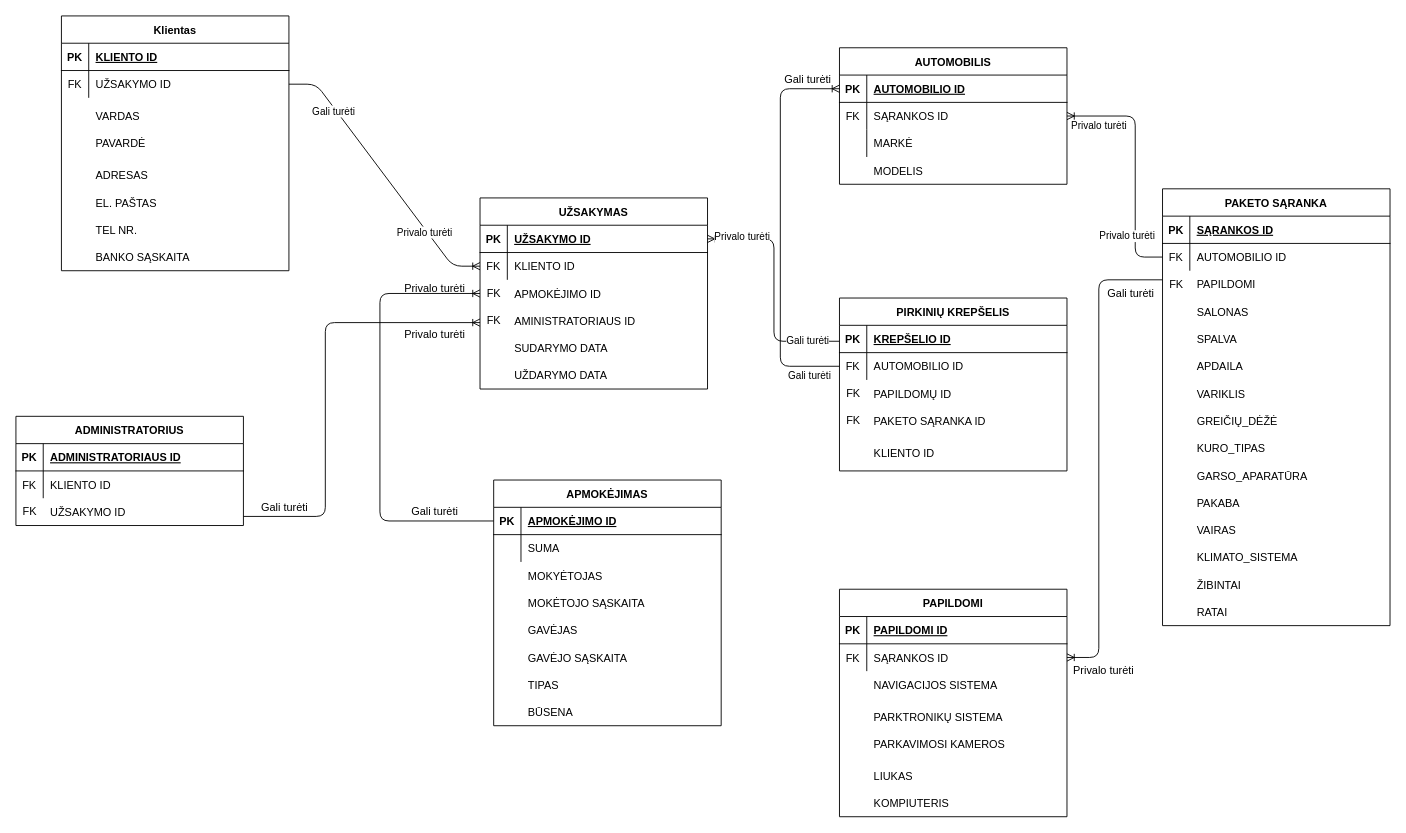
This is DuomenuBazesMaketas.drawio from combatants7/Win, a draw.io file, before an edit. Source tidied: cells renumbered, new cells numbered last; positions are measured from the earlier drawing's top-left corner, leaving out a move shared by most shapes. Both pictures are drawn from the tidied source at 91%, with x=0, y=0 at pixel (15, 15).
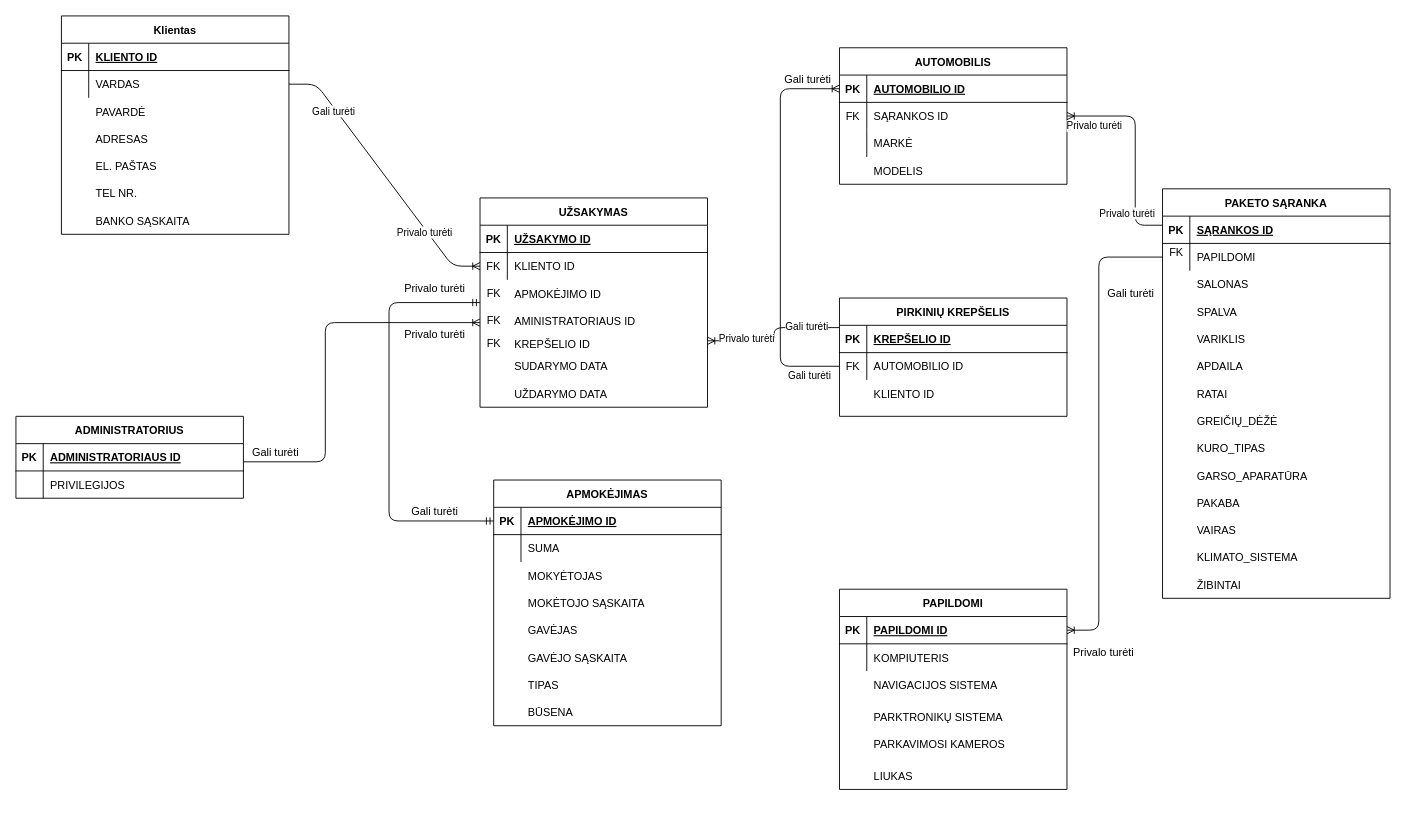
The same diagram, later.

Unchanged cells that the change refers to:
```xml
<mxCell id="49" style="shape=partialRectangle;fillColor=none;points=[[0,0.5],[1,0.5]];portConstraint=eastwest;top=0;left=0;right=0;bottom=0;" parent="45" vertex="1">
  <mxGeometry y="60" width="250" height="30" as="geometry" />
</mxCell>
<mxCell id="53" style="shape=partialRectangle;fillColor=none;points=[[0,0.5],[1,0.5]];portConstraint=eastwest;top=0;left=0;right=0;bottom=1;" parent="52" vertex="1">
  <mxGeometry y="30" width="250" height="30" as="geometry" />
</mxCell>
<mxCell id="67" style="shape=partialRectangle;fillColor=none;points=[[0,0.5],[1,0.5]];portConstraint=eastwest;top=0;left=0;right=0;bottom=1;" parent="66" vertex="1">
  <mxGeometry y="30" width="250" height="30" as="geometry" />
</mxCell>
<mxCell id="84" style="shape=partialRectangle;fillColor=none;top=0;left=0;right=0;bottom=0;" parent="80" vertex="1">
  <mxGeometry y="60" width="250" height="30" as="geometry" />
</mxCell>
<mxCell id="100" style="shape=partialRectangle;fillColor=none;points=[[0,0.5],[1,0.5]];portConstraint=eastwest;top=0;left=0;right=0;bottom=0;" parent="96" vertex="1">
  <mxGeometry y="60" width="250" height="30" as="geometry" />
</mxCell>
<mxCell id="107" style="shape=partialRectangle;fillColor=none;points=[[0,0.5],[1,0.5]];portConstraint=eastwest;top=0;left=0;right=0;bottom=0;" parent="103" vertex="1">
  <mxGeometry y="60" width="250" height="30" as="geometry" />
</mxCell>
<mxCell id="114" style="shape=partialRectangle;fillColor=none;points=[[0,0.5],[1,0.5]];portConstraint=eastwest;top=0;left=0;right=0;bottom=1;" parent="113" vertex="1">
  <mxGeometry y="30" width="250" height="30" as="geometry" />
</mxCell>
<mxCell id="117" style="shape=partialRectangle;fillColor=none;points=[[0,0.5],[1,0.5]];portConstraint=eastwest;top=0;left=0;right=0;bottom=0;" parent="113" vertex="1">
  <mxGeometry y="60" width="250" height="30" as="geometry" />
</mxCell>
```

Change to the diagram source:
```diff
@@
     <mxCell id="2" value="VARDAS" style="shape=partialRectangle;overflow=hidden;fillColor=none;top=0;left=0;bottom=0;right=0;align=left;spacingLeft=6;" parent="1" vertex="1">
-      <mxGeometry x="80" y="95" width="220" height="30" as="geometry" />
+      <mxGeometry x="80" y="60" width="220" height="30" as="geometry" />
     </mxCell>
     <mxCell id="3" value="PAVARDĖ" style="shape=partialRectangle;overflow=hidden;fillColor=none;top=0;left=0;bottom=0;right=0;align=left;spacingLeft=6;" parent="1" vertex="1">
-      <mxGeometry x="80" y="125" width="220" height="30" as="geometry" />
+      <mxGeometry x="80" y="90" width="220" height="30" as="geometry" />
     </mxCell>
     <mxCell id="4" value="ADRESAS" style="shape=partialRectangle;overflow=hidden;fillColor=none;top=0;left=0;bottom=0;right=0;align=left;spacingLeft=6;" parent="1" vertex="1">
-      <mxGeometry x="80" y="160" width="220" height="30" as="geometry" />
+      <mxGeometry x="80" y="120" width="220" height="30" as="geometry" />
     </mxCell>
     <mxCell id="5" value="EL. PAŠTAS" style="shape=partialRectangle;overflow=hidden;fillColor=none;top=0;left=0;bottom=0;right=0;align=left;spacingLeft=6;" parent="1" vertex="1">
-      <mxGeometry x="80" y="190" width="220" height="30" as="geometry" />
+      <mxGeometry x="80" y="150" width="220" height="30" as="geometry" />
     </mxCell>
     <mxCell id="6" value="TEL NR." style="shape=partialRectangle;overflow=hidden;fillColor=none;top=0;left=0;bottom=0;right=0;align=left;spacingLeft=6;" parent="1" vertex="1">
-      <mxGeometry x="80" y="220" width="220" height="30" as="geometry" />
+      <mxGeometry x="80" y="180" width="220" height="30" as="geometry" />
     </mxCell>
     <mxCell id="7" value="BANKO SĄSKAITA" style="shape=partialRectangle;overflow=hidden;fillColor=none;top=0;left=0;bottom=0;right=0;align=left;spacingLeft=6;" parent="1" vertex="1">
-      <mxGeometry x="80" y="250" width="220" height="30" as="geometry" />
+      <mxGeometry x="80" y="210" width="220" height="30" as="geometry" />
     </mxCell>
@@
     <mxCell id="11" value="PAPILDOMI" style="shape=partialRectangle;overflow=hidden;fillColor=none;top=0;left=0;bottom=0;right=0;align=left;spacingLeft=6;" parent="1" vertex="1">
-      <mxGeometry x="1290" y="280" width="220" height="30" as="geometry" />
+      <mxGeometry x="1290" y="250" width="220" height="30" as="geometry" />
     </mxCell>
     <mxCell id="12" value="SALONAS" style="shape=partialRectangle;overflow=hidden;fillColor=none;top=0;left=0;bottom=0;right=0;align=left;spacingLeft=6;" parent="1" vertex="1">
-      <mxGeometry x="1290" y="310" width="220" height="30" as="geometry" />
+      <mxGeometry x="1290" y="280" width="220" height="30" as="geometry" />
     </mxCell>
     <mxCell id="13" value="SPALVA" style="shape=partialRectangle;overflow=hidden;fillColor=none;top=0;left=0;bottom=0;right=0;align=left;spacingLeft=6;" parent="1" vertex="1">
-      <mxGeometry x="1290" y="340" width="220" height="30" as="geometry" />
+      <mxGeometry x="1290" y="310" width="220" height="30" as="geometry" />
     </mxCell>
@@
     <mxCell id="15" value="VARIKLIS" style="shape=partialRectangle;overflow=hidden;fillColor=none;top=0;left=0;bottom=0;right=0;align=left;spacingLeft=6;" parent="1" vertex="1">
-      <mxGeometry x="1290" y="400" width="220" height="30" as="geometry" />
+      <mxGeometry x="1290" y="340" width="220" height="30" as="geometry" />
     </mxCell>
@@
     <mxCell id="27" value="KOMPIUTERIS" style="shape=partialRectangle;overflow=hidden;fillColor=none;top=0;left=0;bottom=0;right=0;align=left;spacingLeft=6;" parent="1" vertex="1">
-      <mxGeometry x="935" y="850" width="220" height="30" as="geometry" />
+      <mxGeometry x="935" y="690" width="220" height="30" as="geometry" />
     </mxCell>
@@
     <mxCell id="31" value="UŽDARYMO DATA" style="shape=partialRectangle;overflow=hidden;fillColor=none;top=0;left=0;bottom=0;right=0;align=left;spacingLeft=6;" parent="1" vertex="1">
-      <mxGeometry x="540" y="380" width="220" height="30" as="geometry" />
+      <mxGeometry x="540" y="400" width="220" height="30" as="geometry" />
     </mxCell>
-    <mxCell id="32" value="UŽSAKYMO ID" style="shape=partialRectangle;overflow=hidden;fillColor=none;top=0;left=0;bottom=0;right=0;align=left;spacingLeft=6;" parent="1" vertex="1">
-      <mxGeometry x="30" y="530" width="220" height="30" as="geometry" />
-    </mxCell>
-    <mxCell id="33" value="FK" style="text;html=1;align=center;verticalAlign=middle;" parent="1" vertex="1">
-      <mxGeometry y="535" width="30" height="20" as="geometry" />
-    </mxCell>
@@
     <mxCell id="40" value="FK" style="text;html=1;align=center;verticalAlign=middle;" parent="1" vertex="1">
-      <mxGeometry x="1260" y="285" width="30" height="20" as="geometry" />
+      <mxGeometry x="1260" y="250" width="30" height="20" as="geometry" />
     </mxCell>
     <mxCell id="41" value="RATAI" style="shape=partialRectangle;overflow=hidden;fillColor=none;top=0;left=0;bottom=0;right=0;align=left;spacingLeft=6;" parent="1" vertex="1">
-      <mxGeometry x="1290" y="640" width="220" height="30" as="geometry" />
+      <mxGeometry x="1290" y="400" width="220" height="30" as="geometry" />
     </mxCell>
-    <mxCell id="42" value="PAPILDOMŲ ID" style="shape=partialRectangle;overflow=hidden;fillColor=none;top=0;left=0;bottom=0;right=0;align=left;spacingLeft=6;" parent="1" vertex="1">
-      <mxGeometry x="935" y="400" width="220" height="30" as="geometry" />
-    </mxCell>
-    <mxCell id="43" value="PAKETO SĄRANKA ID" style="shape=partialRectangle;overflow=hidden;fillColor=none;top=0;left=0;bottom=0;right=0;align=left;spacingLeft=6;" parent="1" vertex="1">
-      <mxGeometry x="935" y="430" width="220" height="30" as="geometry" />
-    </mxCell>
     <mxCell id="44" value="KLIENTO ID" style="shape=partialRectangle;overflow=hidden;fillColor=none;top=0;left=0;bottom=0;right=0;align=left;spacingLeft=6;" parent="1" vertex="1">
-      <mxGeometry x="935" y="465" width="220" height="30" as="geometry" />
+      <mxGeometry x="935" y="400" width="220" height="30" as="geometry" />
     </mxCell>
     <mxCell id="45" value="Klientas" style="shape=table;startSize=30;childLayout=tableLayout;rowLines=0;fontStyle=1;align=center;" parent="1" vertex="1">
-      <mxGeometry x="50" width="250" height="280" as="geometry" />
+      <mxGeometry x="50" width="250" height="240" as="geometry" />
     </mxCell>
@@
-    <mxCell id="50" value="FK" style="shape=partialRectangle;overflow=hidden;fillColor=none;top=0;left=0;bottom=0;right=0;" parent="49" vertex="1">
+    <mxCell id="50" style="shape=partialRectangle;overflow=hidden;fillColor=none;top=0;left=0;bottom=0;right=0;" parent="49" vertex="1">
       <mxGeometry width="30" height="30" as="geometry" />
     </mxCell>
-    <mxCell id="51" value="UŽSAKYMO ID" style="shape=partialRectangle;overflow=hidden;fillColor=none;top=0;left=0;bottom=0;right=0;align=left;spacingLeft=6;" parent="49" vertex="1">
+    <mxCell id="51" style="shape=partialRectangle;overflow=hidden;fillColor=none;top=0;left=0;bottom=0;right=0;align=left;spacingLeft=6;" parent="49" vertex="1">
       <mxGeometry x="30" width="220" height="30" as="geometry" />
     </mxCell>
     <mxCell id="52" value="UŽSAKYMAS" style="shape=table;startSize=30;childLayout=tableLayout;rowLines=0;fontStyle=1;align=center;" parent="1" vertex="1">
-      <mxGeometry x="510" y="200" width="250" height="210" as="geometry" />
+      <mxGeometry x="510" y="200" width="250" height="230" as="geometry" />
     </mxCell>
@@
     <mxCell id="59" value="PIRKINIŲ KREPŠELIS" style="shape=table;startSize=30;childLayout=tableLayout;rowLines=0;fontStyle=1;align=center;" parent="1" vertex="1">
-      <mxGeometry x="905" y="310" width="250" height="190" as="geometry" />
+      <mxGeometry x="905" y="310" width="250" height="130" as="geometry" />
     </mxCell>
@@
     <mxCell id="76" value="SUDARYMO DATA" style="shape=partialRectangle;overflow=hidden;fillColor=none;top=0;left=0;bottom=0;right=0;align=left;spacingLeft=6;" parent="1" vertex="1">
-      <mxGeometry x="540" y="350" width="220" height="30" as="geometry" />
+      <mxGeometry x="540" y="370" width="220" height="30" as="geometry" />
     </mxCell>
@@
     <mxCell id="78" style="edgeStyle=elbowEdgeStyle;fontSize=12;html=1;endArrow=ERoneToMany;" parent="1" edge="1">
       <mxGeometry relative="1" as="geometry">
-        <mxPoint x="250" y="550" as="sourcePoint" />
+        <mxPoint x="250" y="490" as="sourcePoint" />
         <mxPoint x="510" y="337" as="targetPoint" />
         <Array as="points">
           <mxPoint x="340" y="583" />
         </Array>
       </mxGeometry>
     </mxCell>
@@
     <mxCell id="80" value="ADMINISTRATORIUS" style="shape=table;startSize=30;childLayout=tableLayout;rowLines=0;fontStyle=1;align=center;" parent="1" vertex="1">
-      <mxGeometry y="440" width="250" height="120" as="geometry" />
+      <mxGeometry y="440" width="250" height="90" as="geometry" />
     </mxCell>
@@
-    <mxCell id="85" value="FK" style="shape=partialRectangle;overflow=hidden;fillColor=none;top=0;left=0;bottom=0;right=0;" parent="84" vertex="1">
+    <mxCell id="85" style="shape=partialRectangle;overflow=hidden;fillColor=none;top=0;left=0;bottom=0;right=0;" parent="84" vertex="1">
       <mxGeometry width="30" height="30" as="geometry" />
     </mxCell>
-    <mxCell id="86" value="KLIENTO ID" style="shape=partialRectangle;overflow=hidden;fillColor=none;top=0;left=0;bottom=0;right=0;align=left;spacingLeft=6;" parent="84" vertex="1">
+    <mxCell id="86" value="PRIVILEGIJOS" style="shape=partialRectangle;overflow=hidden;fillColor=none;top=0;left=0;bottom=0;right=0;align=left;spacingLeft=6;" parent="84" vertex="1">
       <mxGeometry x="30" width="220" height="30" as="geometry" />
     </mxCell>
     <mxCell id="87" value="Gali turėti" style="text;html=1;align=center;verticalAlign=middle;" parent="1" vertex="1">
-      <mxGeometry x="260" y="530" width="70" height="20" as="geometry" />
+      <mxGeometry x="250" y="470" width="70" height="20" as="geometry" />
     </mxCell>
-    <mxCell id="88" style="edgeStyle=elbowEdgeStyle;fontSize=12;html=1;endArrow=ERoneToMany;entryX=0;entryY=0.5;entryDx=0;entryDy=0;exitX=0;exitY=0.5;exitDx=0;exitDy=0;" parent="1" edge="1" source="67" target="52">
-      <mxGeometry relative="1" as="geometry">
-        <Array as="points">
-          <mxPoint x="400" y="450" />
-        </Array>
-      </mxGeometry>
-    </mxCell>
@@
-    <mxCell id="91" style="edgeStyle=elbowEdgeStyle;fontSize=12;html=1;endArrow=ERoneToMany;entryX=1;entryY=0.5;entryDx=0;entryDy=0;exitX=0;exitY=0.25;exitDx=0;exitDy=0;" parent="1" edge="1" source="59" target="53">
-      <mxGeometry relative="1" as="geometry" />
+    <mxCell id="91" style="edgeStyle=elbowEdgeStyle;fontSize=12;html=1;endArrow=ERoneToMany;exitX=0;exitY=0.25;exitDx=0;exitDy=0;" parent="1" edge="1" source="59">
+      <mxGeometry relative="1" as="geometry">
+        <mxPoint x="760" y="357" as="targetPoint" />
+      </mxGeometry>
     </mxCell>
     <mxCell id="92" value="Privalo turėti" style="edgeLabel;html=1;align=center;verticalAlign=middle;" parent="91" vertex="1">
-      <mxGeometry x="0.71" y="-3" relative="1" as="geometry" />
+      <mxGeometry x="0.71" y="-3" relative="1" as="geometry">
+        <mxPoint x="19.2" as="offset" />
+      </mxGeometry>
     </mxCell>
     <mxCell id="93" value="Gali turėti" style="edgeLabel;html=1;align=center;verticalAlign=middle;" parent="91" vertex="1">
-      <mxGeometry x="-0.72" y="-1" relative="1" as="geometry" />
+      <mxGeometry x="-0.72" y="-1" relative="1" as="geometry">
+        <mxPoint x="-15" as="offset" />
+      </mxGeometry>
     </mxCell>
-    <mxCell id="94" value="FK" style="text;html=1;align=center;verticalAlign=middle;" parent="1" vertex="1">
-      <mxGeometry x="905" y="405" width="30" height="20" as="geometry" />
-    </mxCell>
-    <mxCell id="95" value="FK" style="text;html=1;align=center;verticalAlign=middle;" parent="1" vertex="1">
-      <mxGeometry x="905" y="435" width="30" height="20" as="geometry" />
-    </mxCell>
     <mxCell id="96" value="PAKETO SĄRANKA" style="shape=table;startSize=30;childLayout=tableLayout;rowLines=0;fontStyle=1;align=center;" parent="1" vertex="1">
-      <mxGeometry x="1260" y="190" width="250" height="480" as="geometry" />
+      <mxGeometry x="1260" y="190" width="250" height="450" as="geometry" />
     </mxCell>
@@
-    <mxCell id="101" value="FK" style="shape=partialRectangle;overflow=hidden;fillColor=none;top=0;left=0;bottom=0;right=0;" parent="100" vertex="1">
+    <mxCell id="101" style="shape=partialRectangle;overflow=hidden;fillColor=none;top=0;left=0;bottom=0;right=0;" parent="100" vertex="1">
       <mxGeometry width="30" height="30" as="geometry" />
     </mxCell>
-    <mxCell id="102" value="AUTOMOBILIO ID" style="shape=partialRectangle;overflow=hidden;fillColor=none;top=0;left=0;bottom=0;right=0;align=left;spacingLeft=6;" parent="100" vertex="1">
+    <mxCell id="102" style="shape=partialRectangle;overflow=hidden;fillColor=none;top=0;left=0;bottom=0;right=0;align=left;spacingLeft=6;" parent="100" vertex="1">
       <mxGeometry x="30" width="220" height="30" as="geometry" />
     </mxCell>
@@
     <mxCell id="113" value="PAPILDOMI" style="shape=table;startSize=30;childLayout=tableLayout;rowLines=0;fontStyle=1;align=center;" parent="1" vertex="1">
-      <mxGeometry x="905" y="630" width="250" height="250" as="geometry" />
+      <mxGeometry x="905" y="630" width="250" height="220" as="geometry" />
     </mxCell>
@@
-    <mxCell id="118" value="FK" style="shape=partialRectangle;overflow=hidden;fillColor=none;top=0;left=0;bottom=0;right=0;" parent="117" vertex="1">
+    <mxCell id="118" style="shape=partialRectangle;overflow=hidden;fillColor=none;top=0;left=0;bottom=0;right=0;" parent="117" vertex="1">
       <mxGeometry width="30" height="30" as="geometry" />
     </mxCell>
-    <mxCell id="119" value="SĄRANKOS ID" style="shape=partialRectangle;overflow=hidden;fillColor=none;top=0;left=0;bottom=0;right=0;align=left;spacingLeft=6;" parent="117" vertex="1">
+    <mxCell id="119" style="shape=partialRectangle;overflow=hidden;fillColor=none;top=0;left=0;bottom=0;right=0;align=left;spacingLeft=6;" parent="117" vertex="1">
       <mxGeometry x="30" width="220" height="30" as="geometry" />
     </mxCell>
-    <mxCell id="120" style="edgeStyle=elbowEdgeStyle;fontSize=12;html=1;endArrow=ERoneToMany;entryX=1;entryY=0.5;entryDx=0;entryDy=0;exitX=0;exitY=0.5;exitDx=0;exitDy=0;" parent="1" edge="1" source="100" target="107">
+    <mxCell id="120" style="edgeStyle=elbowEdgeStyle;fontSize=12;html=1;endArrow=ERoneToMany;entryX=1;entryY=0.5;entryDx=0;entryDy=0;" parent="1" edge="1" target="107">
       <mxGeometry relative="1" as="geometry">
+        <mxPoint x="1260" y="230" as="sourcePoint" />
         <Array as="points">
+          <mxPoint x="1230" y="240" />
           <mxPoint x="1230" y="150" />
           <mxPoint x="1220" y="140" />
           <mxPoint x="1290" y="130" />
         </Array>
       </mxGeometry>
     </mxCell>
@@
-    <mxCell id="123" style="edgeStyle=elbowEdgeStyle;fontSize=12;html=1;endArrow=ERoneToMany;entryX=1;entryY=0.5;entryDx=0;entryDy=0;" parent="1" edge="1" target="117">
+    <mxCell id="123" style="edgeStyle=elbowEdgeStyle;fontSize=12;html=1;endArrow=ERoneToMany;entryX=1;entryY=0.5;entryDx=0;entryDy=0;exitX=0;exitY=0.5;exitDx=0;exitDy=0;" parent="1" edge="1" source="100" target="114">
       <mxGeometry relative="1" as="geometry">
-        <mxPoint x="1260" y="290" as="sourcePoint" />
         <Array as="points">
           <mxPoint x="1190" y="330" />
         </Array>
       </mxGeometry>
     </mxCell>
     <mxCell id="124" value="Privalo turėti" style="text;html=1;align=center;verticalAlign=middle;" parent="1" vertex="1">
-      <mxGeometry x="1155" y="710" width="80" height="20" as="geometry" />
+      <mxGeometry x="1155" y="690" width="80" height="20" as="geometry" />
     </mxCell>
@@
+    <mxCell id="88" style="edgeStyle=elbowEdgeStyle;fontSize=12;html=1;endArrow=ERmandOne;startArrow=ERmandOne;entryX=0;entryY=0.5;entryDx=0;entryDy=0;exitX=0;exitY=0.5;exitDx=0;exitDy=0;" parent="1" edge="1" source="67" target="52">
+      <mxGeometry relative="1" as="geometry">
+        <Array as="points">
+          <mxPoint x="410" y="360" />
+        </Array>
+      </mxGeometry>
+    </mxCell>
+    <mxCell id="129" value="FK" style="text;html=1;align=center;verticalAlign=middle;" parent="1" vertex="1">
+      <mxGeometry x="510" y="350" width="30" height="20" as="geometry" />
+    </mxCell>
+    <mxCell id="130" value="KREPŠELIO ID" style="shape=partialRectangle;overflow=hidden;fillColor=none;top=0;left=0;bottom=0;right=0;align=left;spacingLeft=6;" parent="1" vertex="1">
+      <mxGeometry x="540" y="345" width="220" height="30" as="geometry" />
+    </mxCell>
```
